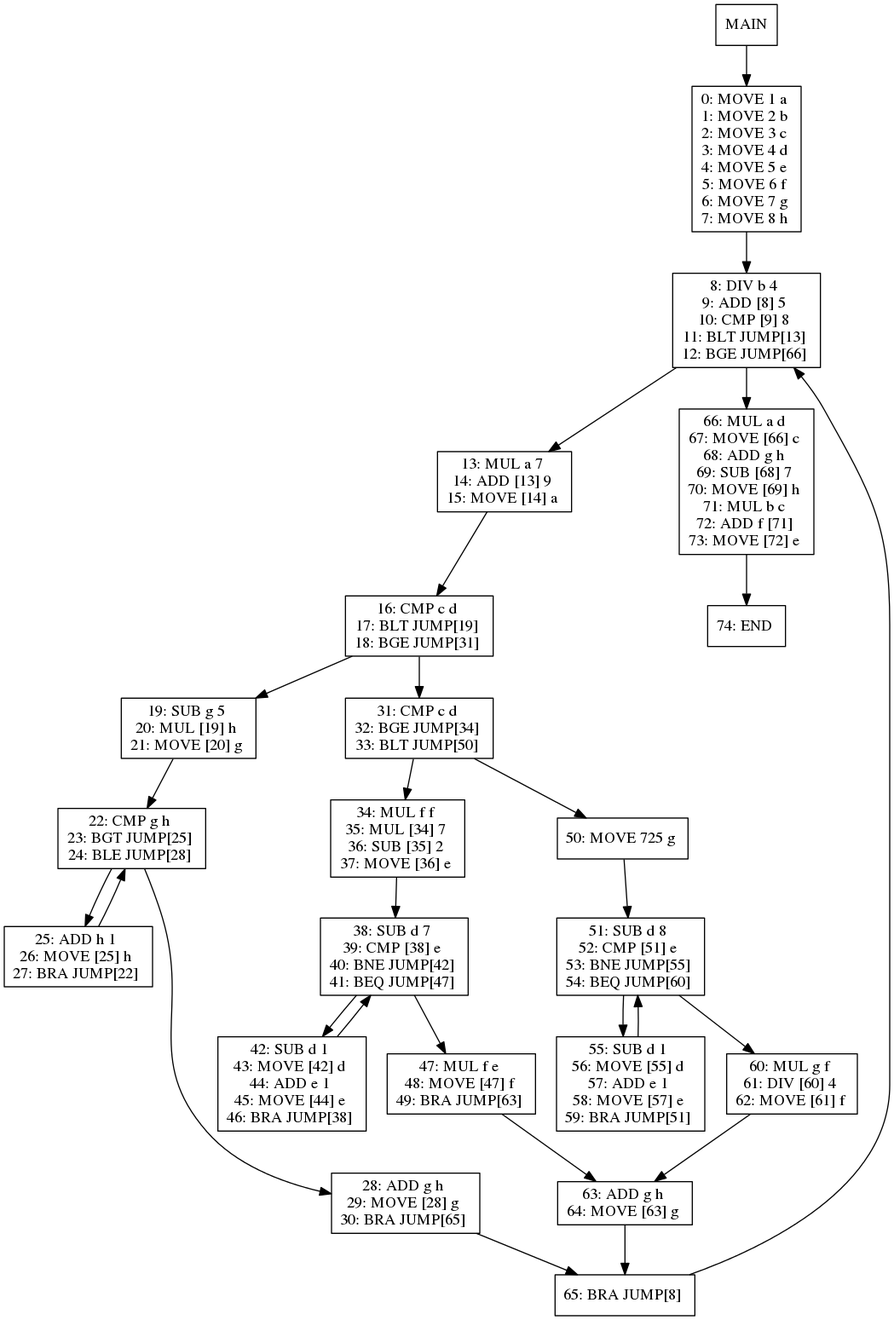
Above: viz/test024.dot.png in jiahanwang/PL241-Compiler (Graphviz), before the change. Its source is kept beside it as viz/test024.dot.
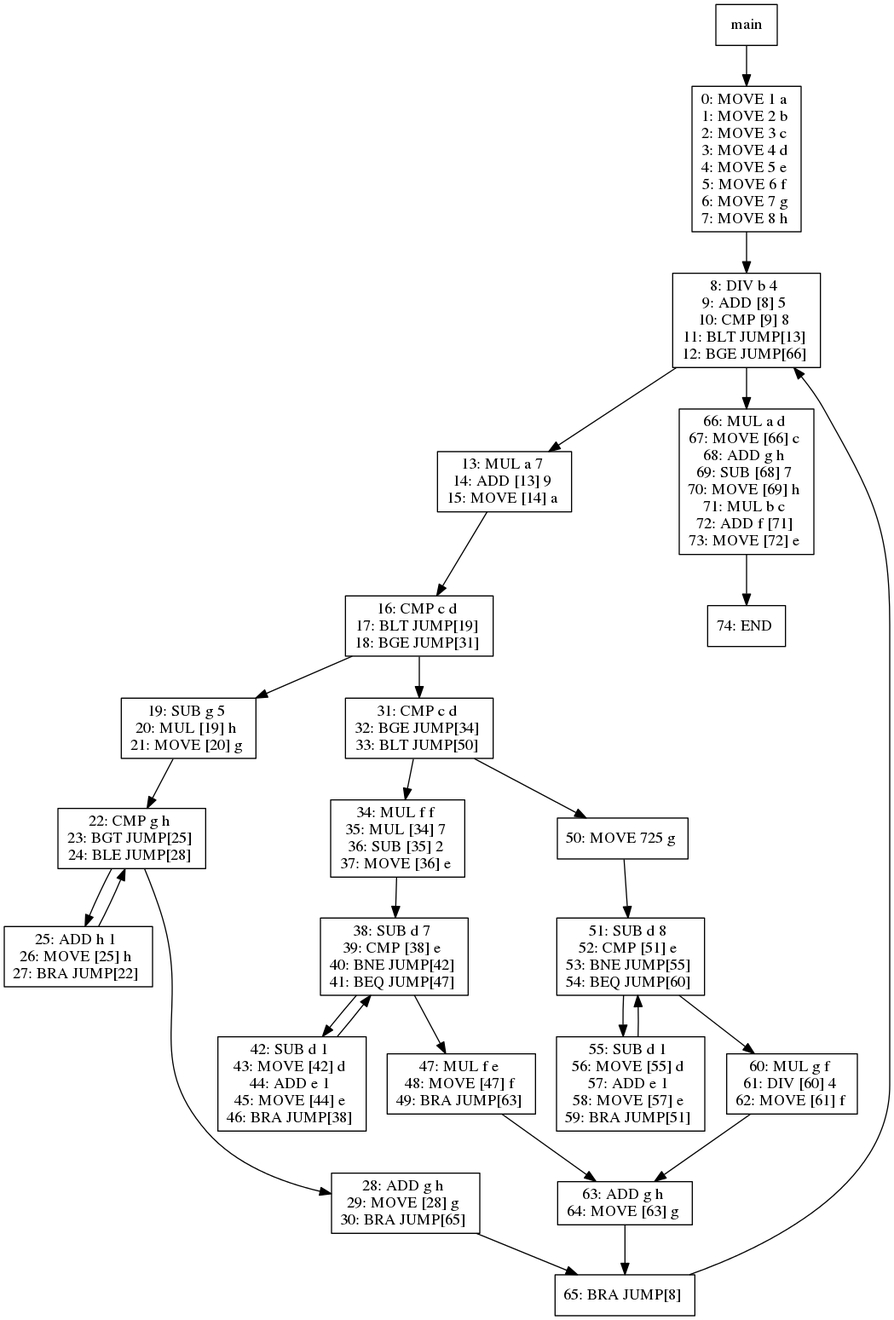
After the commit.

Change to the diagram source:
```diff
@@ -1,8 +1,8 @@
 digraph test024 {
 node [shape=box]
-1[label="MAIN"]
-1 -> 3
-3[label="0: MOVE 1 a
+422[label="main"]
+422 -> 424
+424[label="0: MOVE 1 a
 1: MOVE 2 b
 2: MOVE 3 c
 3: MOVE 4 d
@@ -11,108 +11,108 @@
 6: MOVE 7 g
 7: MOVE 8 h
 "]
-3 -> 11
-11[label="8: DIV b 4
+424 -> 432
+432[label="8: DIV b 4
 9: ADD [8] 5
 10: CMP [9] 8
 11: BLT JUMP[13]
 12: BGE JUMP[66]
 "]
-11 -> 13
-13[label="13: MUL a 7
+432 -> 434
+434[label="13: MUL a 7
 14: ADD [13] 9
 15: MOVE [14] a
 "]
-13 -> 14
-14[label="16: CMP c d
+434 -> 435
+435[label="16: CMP c d
 17: BLT JUMP[19]
 18: BGE JUMP[31]
 "]
-14 -> 16
-16[label="19: SUB g 5
+435 -> 437
+437[label="19: SUB g 5
 20: MUL [19] h
 21: MOVE [20] g
 "]
-16 -> 17
-17[label="22: CMP g h
+437 -> 438
+438[label="22: CMP g h
 23: BGT JUMP[25]
 24: BLE JUMP[28]
 "]
-17 -> 19
-19[label="25: ADD h 1
+438 -> 440
+440[label="25: ADD h 1
 26: MOVE [25] h
 27: BRA JUMP[22]
 "]
-19 -> 17
-17 -> 18
-18[label="28: ADD g h
+440 -> 438
+438 -> 439
+439[label="28: ADD g h
 29: MOVE [28] g
 30: BRA JUMP[65]
 "]
-18 -> 15
-15[label="65: BRA JUMP[8]
+439 -> 436
+436[label="65: BRA JUMP[8]
 "]
-15 -> 11
-14 -> 21
-21[label="31: CMP c d
+436 -> 432
+435 -> 442
+442[label="31: CMP c d
 32: BGE JUMP[34]
 33: BLT JUMP[50]
 "]
-21 -> 23
-23[label="34: MUL f f
+442 -> 444
+444[label="34: MUL f f
 35: MUL [34] 7
 36: SUB [35] 2
 37: MOVE [36] e
 "]
-23 -> 24
-24[label="38: SUB d 7
+444 -> 445
+445[label="38: SUB d 7
 39: CMP [38] e
 40: BNE JUMP[42]
 41: BEQ JUMP[47]
 "]
-24 -> 26
-26[label="42: SUB d 1
+445 -> 447
+447[label="42: SUB d 1
 43: MOVE [42] d
 44: ADD e 1
 45: MOVE [44] e
 46: BRA JUMP[38]
 "]
-26 -> 24
-24 -> 25
-25[label="47: MUL f e
+447 -> 445
+445 -> 446
+446[label="47: MUL f e
 48: MOVE [47] f
 49: BRA JUMP[63]
 "]
-25 -> 22
-22[label="63: ADD g h
+446 -> 443
+443[label="63: ADD g h
 64: MOVE [63] g
 "]
-22 -> 15
-21 -> 29
-29[label="50: MOVE 725 g
+443 -> 436
+442 -> 450
+450[label="50: MOVE 725 g
 "]
-29 -> 30
-30[label="51: SUB d 8
+450 -> 451
+451[label="51: SUB d 8
 52: CMP [51] e
 53: BNE JUMP[55]
 54: BEQ JUMP[60]
 "]
-30 -> 32
-32[label="55: SUB d 1
+451 -> 453
+453[label="55: SUB d 1
 56: MOVE [55] d
 57: ADD e 1
 58: MOVE [57] e
 59: BRA JUMP[51]
 "]
-32 -> 30
-30 -> 31
-31[label="60: MUL g f
+453 -> 451
+451 -> 452
+452[label="60: MUL g f
 61: DIV [60] 4
 62: MOVE [61] f
 "]
-31 -> 22
-11 -> 12
-12[label="66: MUL a d
+452 -> 443
+432 -> 433
+433[label="66: MUL a d
 67: MOVE [66] c
 68: ADD g h
 69: SUB [68] 7
@@ -121,7 +121,7 @@
 72: ADD f [71]
 73: MOVE [72] e
 "]
-12 -> 39
-39[label="74: END
+433 -> 460
+460[label="74: END
 "]
 }
```
